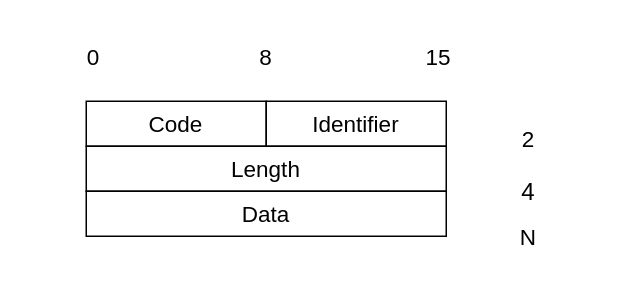
This is EAP报文格式.drawio from PATORITU/PATORITU, a draw.io file, before an edit. Source tidied: cells renumbered, new cells numbered last; positions are measured from the earlier drawing's top-left corner, leaving out a move shared by most shapes. Both pictures are drawn from the tidied source at 150%, with x=0, y=0 at pixel (26, 26).
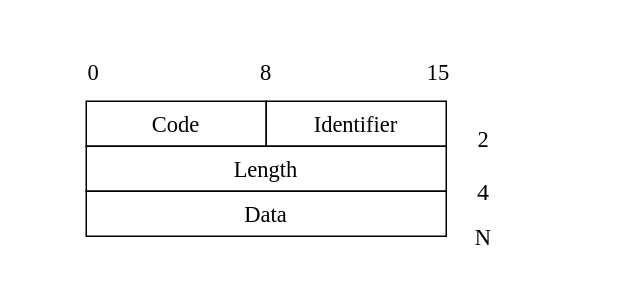
After the change.

Commit message:
更新EAP报文格式.drawio

Change to the diagram source:
```diff
@@
 <mxGraphModel>
   <root>
     <mxCell id="0" />
     <mxCell id="1" parent="0" />
-    <mxCell id="2" value="4" style="rounded=1;whiteSpace=wrap;html=1;strokeColor=none;fontSize=16;" parent="1" vertex="1">
-      <mxGeometry x="290" y="90" width="90" height="40" as="geometry" />
+    <mxCell id="2" value="4" style="rounded=1;whiteSpace=wrap;html=1;strokeColor=none;fontSize=16;fontFamily=Times New Roman;" parent="1" vertex="1">
+      <mxGeometry x="280" y="90" width="50" height="40" as="geometry" />
     </mxCell>
-    <mxCell id="3" value="&lt;span style=&quot;font-size: 15px;&quot;&gt;Code&lt;/span&gt;" style="rounded=0;whiteSpace=wrap;html=1;" parent="1" vertex="1">
-      <mxGeometry x="40" y="50" width="120" height="30" as="geometry" />
-    </mxCell>
-    <mxCell id="4" value="&lt;span style=&quot;font-size: 15px;&quot;&gt;Identifier&lt;/span&gt;" style="rounded=0;whiteSpace=wrap;html=1;" parent="1" vertex="1">
-      <mxGeometry x="160" y="50" width="120" height="30" as="geometry" />
-    </mxCell>
-    <mxCell id="5" value="Length" style="rounded=0;whiteSpace=wrap;html=1;fontSize=15;" parent="1" vertex="1">
-      <mxGeometry x="40" y="80" width="240" height="30" as="geometry" />
-    </mxCell>
-    <mxCell id="6" value="&lt;span style=&quot;font-size: 15px;&quot;&gt;Data&lt;/span&gt;" style="rounded=0;whiteSpace=wrap;html=1;" parent="1" vertex="1">
-      <mxGeometry x="40" y="110" width="240" height="30" as="geometry" />
-    </mxCell>
-    <mxCell id="7" value="&lt;font style=&quot;font-size: 15px;&quot;&gt;0&lt;/font&gt;" style="rounded=1;whiteSpace=wrap;html=1;strokeColor=none;" parent="1" vertex="1">
-      <mxGeometry width="90" height="40" as="geometry" />
+    <mxCell id="7" value="&lt;font style=&quot;font-size: 15px;&quot;&gt;0&lt;/font&gt;" style="rounded=1;whiteSpace=wrap;html=1;strokeColor=none;fontFamily=Times New Roman;" parent="1" vertex="1">
+      <mxGeometry y="10" width="90" height="40" as="geometry" />
     </mxCell>
-    <mxCell id="8" value="8" style="rounded=1;whiteSpace=wrap;html=1;strokeColor=none;fontSize=15;" parent="1" vertex="1">
-      <mxGeometry x="115" width="90" height="40" as="geometry" />
+    <mxCell id="8" value="8" style="rounded=1;whiteSpace=wrap;html=1;strokeColor=none;fontSize=15;fontFamily=Times New Roman;" parent="1" vertex="1">
+      <mxGeometry x="115" y="10" width="90" height="40" as="geometry" />
     </mxCell>
-    <mxCell id="9" value="15" style="rounded=1;whiteSpace=wrap;html=1;strokeColor=none;fontSize=15;" parent="1" vertex="1">
-      <mxGeometry x="230" width="90" height="40" as="geometry" />
+    <mxCell id="9" value="15" style="rounded=1;whiteSpace=wrap;html=1;strokeColor=none;fontSize=15;fontFamily=Times New Roman;" parent="1" vertex="1">
+      <mxGeometry x="230" y="10" width="90" height="40" as="geometry" />
     </mxCell>
-    <mxCell id="10" value="2" style="rounded=1;whiteSpace=wrap;html=1;strokeColor=none;fontSize=15;" parent="1" vertex="1">
-      <mxGeometry x="290" y="60" width="90" height="30" as="geometry" />
+    <mxCell id="10" value="2" style="rounded=1;whiteSpace=wrap;html=1;strokeColor=none;fontSize=15;fontFamily=Times New Roman;" parent="1" vertex="1">
+      <mxGeometry x="280" y="60" width="50" height="30" as="geometry" />
     </mxCell>
-    <mxCell id="11" value="&lt;font style=&quot;font-size: 15px;&quot;&gt;N&lt;/font&gt;" style="rounded=1;whiteSpace=wrap;html=1;strokeColor=none;" parent="1" vertex="1">
-      <mxGeometry x="290" y="120" width="90" height="40" as="geometry" />
+    <mxCell id="11" value="&lt;font style=&quot;font-size: 15px;&quot;&gt;N&lt;/font&gt;" style="rounded=1;whiteSpace=wrap;html=1;strokeColor=none;fontFamily=Times New Roman;" parent="1" vertex="1">
+      <mxGeometry x="280" y="120" width="50" height="40" as="geometry" />
     </mxCell>
+    <mxCell id="3" value="&lt;span style=&quot;font-size: 15px;&quot;&gt;Code&lt;/span&gt;" style="rounded=0;whiteSpace=wrap;html=1;fontFamily=Times New Roman;" parent="1" vertex="1">
+      <mxGeometry x="40" y="50" width="120" height="30" as="geometry" />
+    </mxCell>
+    <mxCell id="4" value="&lt;span style=&quot;font-size: 15px;&quot;&gt;Identifier&lt;/span&gt;" style="rounded=0;whiteSpace=wrap;html=1;fontFamily=Times New Roman;" parent="1" vertex="1">
+      <mxGeometry x="160" y="50" width="120" height="30" as="geometry" />
+    </mxCell>
+    <mxCell id="5" value="Length" style="rounded=0;whiteSpace=wrap;html=1;fontSize=15;fontFamily=Times New Roman;" parent="1" vertex="1">
+      <mxGeometry x="40" y="80" width="240" height="30" as="geometry" />
+    </mxCell>
+    <mxCell id="6" value="&lt;span style=&quot;font-size: 15px;&quot;&gt;Data&lt;/span&gt;" style="rounded=0;whiteSpace=wrap;html=1;fontFamily=Times New Roman;" parent="1" vertex="1">
+      <mxGeometry x="40" y="110" width="240" height="30" as="geometry" />
+    </mxCell>
   </root>
 </mxGraphModel>
```
